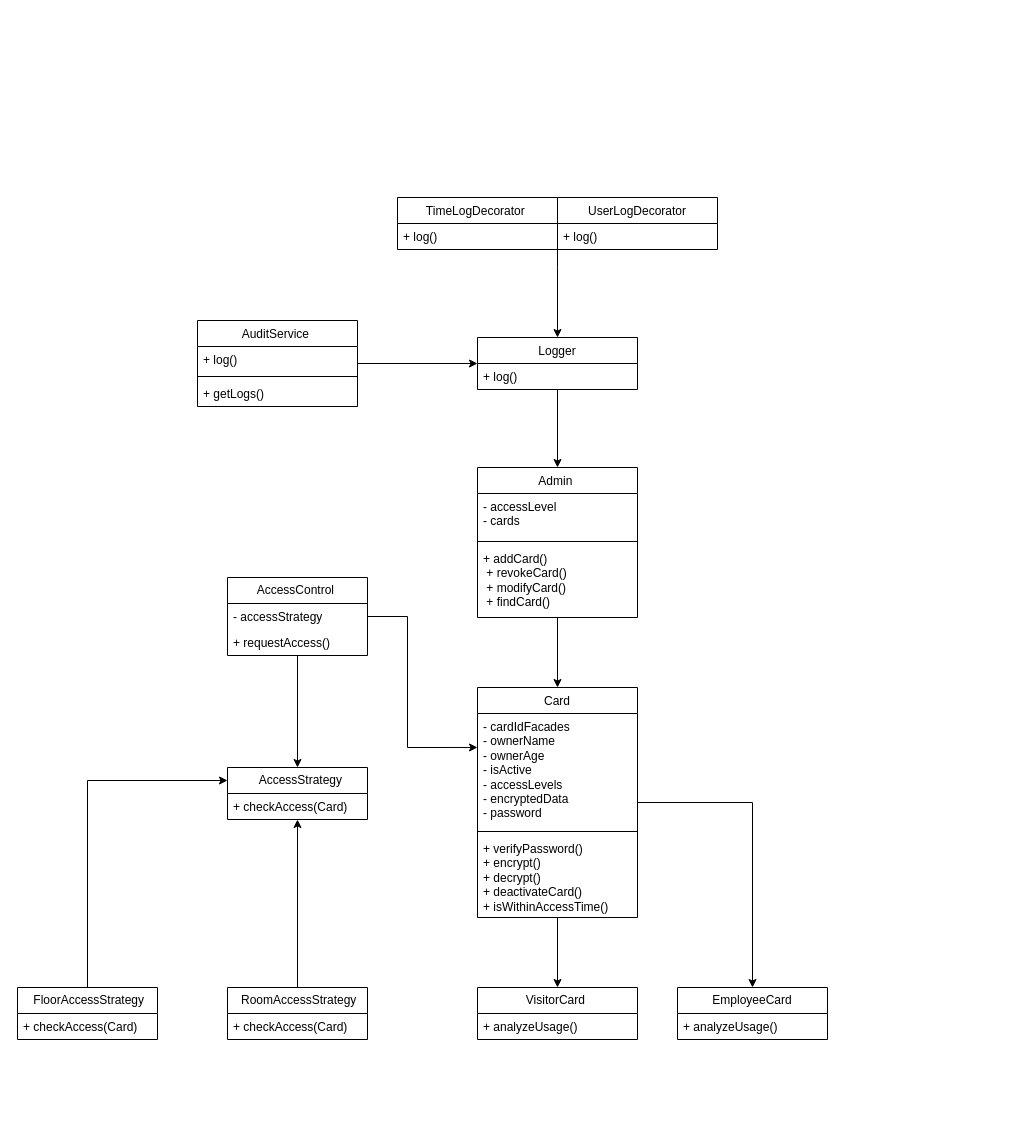
Above: DiagrameHandmake.drawio in Suphakit162/DII-GEN6-CompoundSEC (draw.io), before the change. Source tidied: cells renumbered, new cells numbered last; positions are measured from the earlier drawing's top-left corner, leaving out a move shared by most shapes. Both pictures are drawn from the tidied source at 100%, with x=0, y=0 at pixel (17, 197).
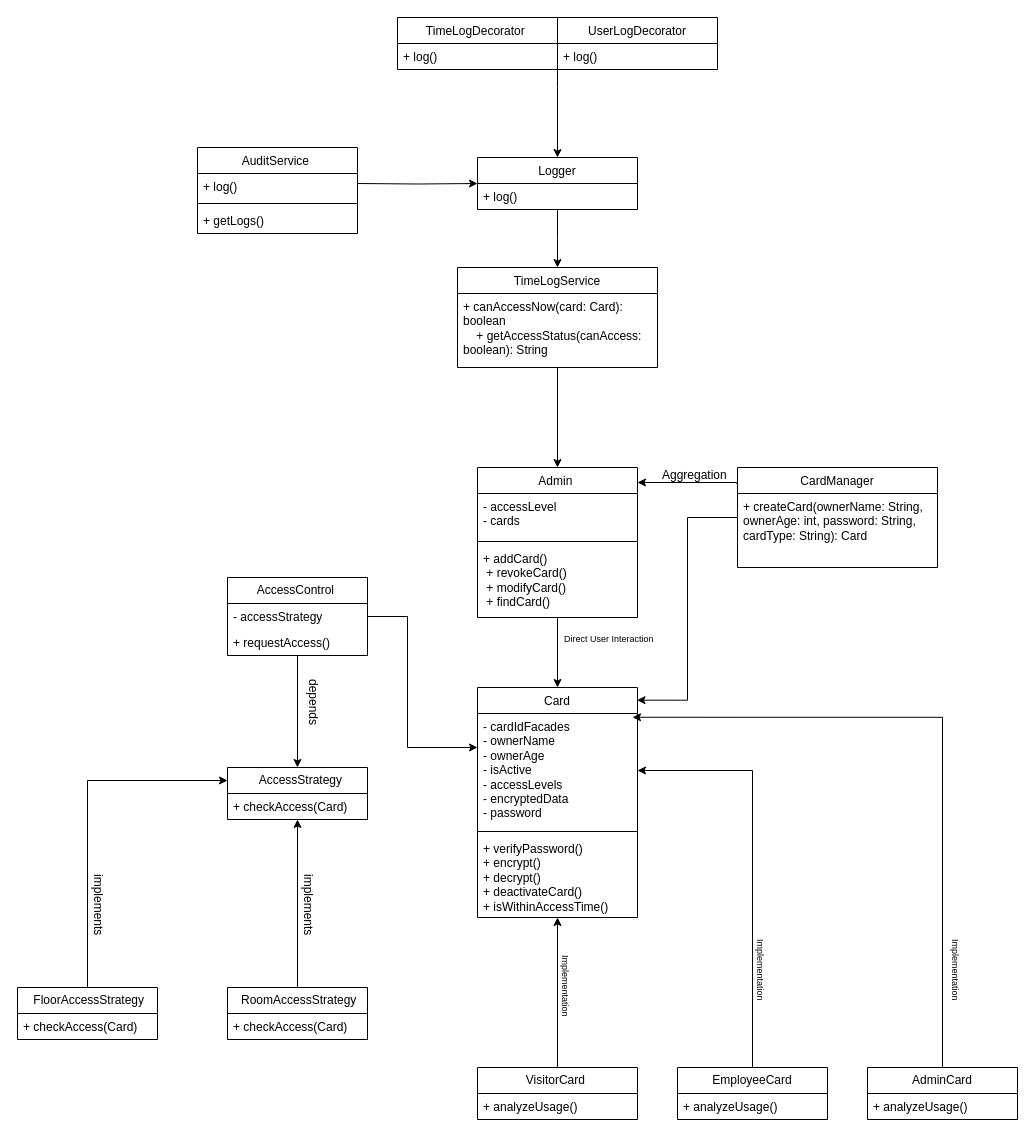
The same page after the edit.

The change refers to these unchanged cells:
```xml
<mxCell id="17" value="&lt;span style=&quot;font-weight: 400; text-align: left;&quot;&gt;Admin&amp;nbsp;&lt;/span&gt;" style="swimlane;fontStyle=1;align=center;verticalAlign=top;horizontal=1;startSize=26;whiteSpace=wrap;html=1;" parent="1" vertex="1">
  <mxGeometry x="460" y="270" width="160" height="150" as="geometry" />
</mxCell>
<mxCell id="36" value="&lt;span style=&quot;font-weight: 400; text-align: left;&quot;&gt;&amp;nbsp; Card&amp;nbsp;&amp;nbsp;&lt;/span&gt;" style="swimlane;fontStyle=1;align=center;verticalAlign=top;horizontal=1;startSize=26;whiteSpace=wrap;html=1;" parent="1" vertex="1">
  <mxGeometry x="460" y="490" width="160" height="230" as="geometry" />
</mxCell>
<mxCell id="37" value="&lt;div&gt;- cardIdFacades&amp;nbsp; &amp;nbsp; &amp;nbsp; &amp;nbsp; &amp;nbsp; &amp;nbsp;&lt;span style=&quot;background-color: transparent; color: light-dark(rgb(0, 0, 0), rgb(255, 255, 255));&quot;&gt;&amp;nbsp;&lt;/span&gt;&lt;/div&gt;&lt;div&gt;&lt;span style=&quot;background-color: transparent; color: light-dark(rgb(0, 0, 0), rgb(255, 255, 255));&quot;&gt;- ownerName&amp;nbsp; &amp;nbsp; &amp;nbsp; &amp;nbsp; &amp;nbsp; &amp;nbsp; &amp;nbsp; &amp;nbsp;&lt;/span&gt;&lt;/div&gt;&lt;div&gt;- ownerAge&amp;nbsp; &amp;nbsp;&amp;nbsp;&lt;/div&gt;&lt;div&gt;- isActive&amp;nbsp;&amp;nbsp;&lt;/div&gt;&lt;div&gt;- accessLevels&amp;nbsp; &amp;nbsp;&amp;nbsp;&lt;/div&gt;&lt;div&gt;- encryptedData&amp;nbsp; &amp;nbsp; &amp;nbsp;&lt;/div&gt;&lt;div&gt;- password&amp;nbsp;&lt;/div&gt;" style="text;strokeColor=none;fillColor=none;align=left;verticalAlign=top;spacingLeft=4;spacingRight=4;overflow=hidden;points=[[0,0.5],[1,0.5]];portConstraint=eastwest;whiteSpace=wrap;html=1;" parent="36" vertex="1">
  <mxGeometry y="26" width="160" height="114" as="geometry" />
</mxCell>
```

The edit, as a diff of the source:
```diff
@@
+    <mxCell id="43" style="edgeStyle=orthogonalEdgeStyle;rounded=0;jettySize=auto;html=1;" parent="1" edge="1" source="12" target="37">
+      <mxGeometry relative="1" as="geometry" />
+    </mxCell>
     <mxCell id="12" value="&lt;span style=&quot;text-align: left;&quot;&gt;EmployeeCard&lt;/span&gt;" style="swimlane;fontStyle=0;horizontal=1;startSize=26;fillColor=none;whiteSpace=wrap;html=1;" parent="1" vertex="1">
-      <mxGeometry x="660" y="790" width="150" height="52" as="geometry" />
+      <mxGeometry x="660" y="870" width="150" height="52" as="geometry" />
     </mxCell>
@@
+    <mxCell id="44" style="edgeStyle=orthogonalEdgeStyle;rounded=0;jettySize=auto;html=1;" parent="1" edge="1" source="14" target="36">
+      <mxGeometry relative="1" as="geometry" />
+    </mxCell>
     <mxCell id="14" value="&lt;div style=&quot;text-align: left;&quot;&gt;&lt;span style=&quot;background-color: transparent;&quot;&gt;VisitorCard&amp;nbsp;&lt;/span&gt;&lt;/div&gt;" style="swimlane;fontStyle=0;horizontal=1;startSize=26;fillColor=none;whiteSpace=wrap;html=1;" parent="1" vertex="1">
-      <mxGeometry x="460" y="790" width="160" height="52" as="geometry" />
+      <mxGeometry x="460" y="870" width="160" height="52" as="geometry" />
     </mxCell>
@@
-    <mxCell id="21" style="edgeStyle=orthogonalEdgeStyle;rounded=0;jettySize=auto;html=1;entryX=0.5;entryY=0;entryDx=0;entryDy=0;" parent="1" edge="1" source="22" target="17">
-      <mxGeometry relative="1" as="geometry" />
+    <mxCell id="21" style="edgeStyle=orthogonalEdgeStyle;rounded=0;jettySize=auto;html=1;" parent="1" edge="1" source="22">
+      <mxGeometry relative="1" as="geometry">
+        <mxPoint x="540" y="70" as="targetPoint" />
+      </mxGeometry>
     </mxCell>
     <mxCell id="22" value="Logger" style="swimlane;fontStyle=0;align=center;verticalAlign=top;horizontal=1;startSize=26;whiteSpace=wrap;html=1;" parent="1" vertex="1">
-      <mxGeometry x="460" y="140" width="160" height="52" as="geometry" />
+      <mxGeometry x="460" y="-40" width="160" height="52" as="geometry" />
     </mxCell>
@@
     <mxCell id="24" value="TimeLogDecorator&amp;nbsp;" style="swimlane;fontStyle=0;align=center;verticalAlign=top;horizontal=1;startSize=26;whiteSpace=wrap;html=1;" parent="1" vertex="1">
-      <mxGeometry x="380" width="160" height="52" as="geometry" />
+      <mxGeometry x="380" y="-180" width="160" height="52" as="geometry" />
     </mxCell>
@@
-    <mxCell id="26" style="edgeStyle=orthogonalEdgeStyle;rounded=0;jettySize=auto;html=1;" parent="1" edge="1" source="27" target="22">
-      <mxGeometry relative="1" as="geometry" />
+    <mxCell id="26" style="edgeStyle=orthogonalEdgeStyle;rounded=0;jettySize=auto;html=1;" parent="1" edge="1" target="22">
+      <mxGeometry relative="1" as="geometry">
+        <mxPoint x="340" y="-14" as="sourcePoint" />
+      </mxGeometry>
     </mxCell>
     <mxCell id="27" value="&lt;span style=&quot;font-weight: 400;&quot;&gt;AuditService&amp;nbsp;&lt;/span&gt;" style="swimlane;fontStyle=1;align=center;verticalAlign=top;horizontal=1;startSize=26;whiteSpace=wrap;html=1;" parent="1" vertex="1">
-      <mxGeometry x="180" y="123" width="160" height="86" as="geometry" />
+      <mxGeometry x="180" y="-50" width="160" height="86" as="geometry" />
     </mxCell>
@@
-    <mxCell id="31" style="edgeStyle=orthogonalEdgeStyle;rounded=0;jettySize=auto;html=1;entryX=0.5;entryY=0;entryDx=0;entryDy=0;" parent="1" edge="1" source="32" target="22">
+    <mxCell id="31" style="edgeStyle=orthogonalEdgeStyle;rounded=0;jettySize=auto;html=1;entryX=0.5;entryY=0;entryDx=0;entryDy=0;" parent="1" edge="1" target="22">
       <mxGeometry relative="1" as="geometry">
+        <mxPoint x="540" y="-128" as="sourcePoint" />
         <Array as="points">
-          <mxPoint x="540" y="70" />
-          <mxPoint x="540" y="70" />
+          <mxPoint x="540" y="-110" />
+          <mxPoint x="540" y="-110" />
         </Array>
       </mxGeometry>
     </mxCell>
     <mxCell id="32" value="UserLogDecorator" style="swimlane;fontStyle=0;align=center;verticalAlign=top;horizontal=1;startSize=26;whiteSpace=wrap;html=1;" parent="1" vertex="1">
-      <mxGeometry x="540" width="160" height="52" as="geometry" />
+      <mxGeometry x="540" y="-180" width="160" height="52" as="geometry" />
     </mxCell>
@@
-    <mxCell id="34" style="edgeStyle=orthogonalEdgeStyle;rounded=0;jettySize=auto;html=1;entryX=0.5;entryY=0;entryDx=0;entryDy=0;" parent="1" edge="1" source="36" target="14">
-      <mxGeometry relative="1" as="geometry" />
-    </mxCell>
-    <mxCell id="35" style="edgeStyle=orthogonalEdgeStyle;rounded=0;jettySize=auto;html=1;entryX=0.5;entryY=0;entryDx=0;entryDy=0;" parent="1" edge="1" source="36" target="12">
-      <mxGeometry relative="1" as="geometry" />
-    </mxCell>
@@
+    <mxCell id="45" value="&lt;span style=&quot;text-align: left;&quot;&gt;AdminCard&lt;/span&gt;" style="swimlane;fontStyle=0;horizontal=1;startSize=26;fillColor=none;whiteSpace=wrap;html=1;" parent="1" vertex="1">
+      <mxGeometry x="850" y="870" width="150" height="52" as="geometry" />
+    </mxCell>
+    <mxCell id="46" value="+ analyzeUsage()" style="text;strokeColor=none;fillColor=none;align=left;verticalAlign=top;spacingLeft=4;spacingRight=4;overflow=hidden;whiteSpace=wrap;html=1;" parent="45" vertex="1">
+      <mxGeometry y="26" width="150" height="26" as="geometry" />
+    </mxCell>
+    <mxCell id="47" style="edgeStyle=orthogonalEdgeStyle;rounded=0;jettySize=auto;html=1;entryX=0.969;entryY=0.033;entryDx=0;entryDy=0;entryPerimeter=0;" parent="1" edge="1" source="45" target="37">
+      <mxGeometry relative="1" as="geometry" />
+    </mxCell>
+    <mxCell id="48" style="edgeStyle=orthogonalEdgeStyle;rounded=0;jettySize=auto;html=1;entryX=0.5;entryY=0;entryDx=0;entryDy=0;" parent="1" edge="1" source="49" target="17">
+      <mxGeometry relative="1" as="geometry" />
+    </mxCell>
+    <mxCell id="49" value="TimeLogService" style="swimlane;fontStyle=0;align=center;verticalAlign=top;horizontal=1;startSize=26;whiteSpace=wrap;html=1;" parent="1" vertex="1">
+      <mxGeometry x="440" y="70" width="200" height="100" as="geometry" />
+    </mxCell>
+    <mxCell id="50" value="&lt;div&gt;+ canAccessNow(card: Card): boolean&lt;/div&gt;&lt;div&gt;&amp;nbsp; &amp;nbsp; + getAccessStatus(canAccess: boolean): String&lt;/div&gt;" style="text;strokeColor=none;fillColor=none;align=left;verticalAlign=top;spacingLeft=4;spacingRight=4;overflow=hidden;whiteSpace=wrap;html=1;" parent="49" vertex="1">
+      <mxGeometry y="26" width="200" height="74" as="geometry" />
+    </mxCell>
+    <mxCell id="51" style="edgeStyle=orthogonalEdgeStyle;rounded=0;jettySize=auto;html=1;exitX=-0.005;exitY=0.162;exitDx=0;exitDy=0;exitPerimeter=0;" parent="1" edge="1" source="52">
+      <mxGeometry relative="1" as="geometry">
+        <mxPoint x="620" y="285" as="targetPoint" />
+        <Array as="points">
+          <mxPoint x="719" y="285" />
+        </Array>
+      </mxGeometry>
+    </mxCell>
+    <mxCell id="52" value="CardManager" style="swimlane;fontStyle=0;align=center;verticalAlign=top;horizontal=1;startSize=26;whiteSpace=wrap;html=1;" parent="1" vertex="1">
+      <mxGeometry x="720" y="270" width="200" height="100" as="geometry" />
+    </mxCell>
+    <mxCell id="53" value="+ createCard(ownerName: String, ownerAge: int, password: String, cardType: String): Card" style="text;strokeColor=none;fillColor=none;align=left;verticalAlign=top;spacingLeft=4;spacingRight=4;overflow=hidden;whiteSpace=wrap;html=1;" parent="52" vertex="1">
+      <mxGeometry y="26" width="200" height="74" as="geometry" />
+    </mxCell>
+    <mxCell id="54" style="edgeStyle=orthogonalEdgeStyle;rounded=0;jettySize=auto;html=1;entryX=0.997;entryY=0.055;entryDx=0;entryDy=0;entryPerimeter=0;" parent="1" edge="1" source="52" target="36">
+      <mxGeometry relative="1" as="geometry" />
+    </mxCell>
+    <mxCell id="55" value="Implementation" style="text;whiteSpace=wrap;html=1;rotation=90;fontSize=9;" parent="1" vertex="1">
+      <mxGeometry x="480" y="796" width="120" height="40" as="geometry" />
+    </mxCell>
+    <mxCell id="56" value="Implementation" style="text;whiteSpace=wrap;html=1;rotation=90;fontSize=9;" parent="1" vertex="1">
+      <mxGeometry x="675" y="780" width="120" height="40" as="geometry" />
+    </mxCell>
+    <mxCell id="57" value="Implementation" style="text;whiteSpace=wrap;html=1;rotation=90;fontSize=9;" parent="1" vertex="1">
+      <mxGeometry x="870" y="780" width="120" height="40" as="geometry" />
+    </mxCell>
+    <mxCell id="58" value="depends" style="text;whiteSpace=wrap;html=1;rotation=90;" parent="1" vertex="1">
+      <mxGeometry x="250" y="500" width="80" height="40" as="geometry" />
+    </mxCell>
+    <mxCell id="59" value="implements" style="text;whiteSpace=wrap;html=1;rotation=90;" parent="1" vertex="1">
+      <mxGeometry x="30" y="700" width="90" height="40" as="geometry" />
+    </mxCell>
+    <mxCell id="60" value="implements" style="text;whiteSpace=wrap;html=1;rotation=90;" parent="1" vertex="1">
+      <mxGeometry x="240" y="700" width="90" height="40" as="geometry" />
+    </mxCell>
+    <mxCell id="61" value="Direct User Interaction" style="text;whiteSpace=wrap;html=1;fontSize=9;" parent="1" vertex="1">
+      <mxGeometry x="545" y="430" width="150" height="40" as="geometry" />
+    </mxCell>
+    <mxCell id="62" value="&lt;table&gt;&lt;tbody&gt;&lt;tr&gt;&lt;td&gt;&lt;code&gt;&lt;/code&gt;&lt;/td&gt;&lt;/tr&gt;&lt;/tbody&gt;&lt;/table&gt;&lt;table&gt;&lt;tbody&gt;&lt;tr&gt;&lt;td&gt;Aggregation&lt;/td&gt;&lt;/tr&gt;&lt;/tbody&gt;&lt;/table&gt;" style="text;whiteSpace=wrap;html=1;" parent="1" vertex="1">
+      <mxGeometry x="640" y="255" width="100" height="50" as="geometry" />
+    </mxCell>
```
